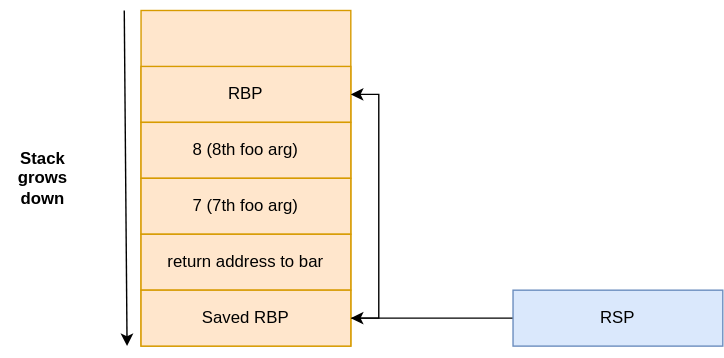
The draw.io diagram content/assets/stack-preserve-bp.svg in 0xAX/asm, before a commit. Source tidied: cells renumbered, new cells last; positions are measured from the earlier drawing's top-left corner, leaving out a move shared by most shapes. Its diagram source:
```xml
<mxGraphModel>
  <root>
    <mxCell id="0" />
    <mxCell id="1" parent="0" />
    <mxCell id="2" style="rounded=0;whiteSpace=wrap;html=1;fillColor=#ffe6cc;strokeColor=#d79b00;" parent="1" vertex="1">
      <mxGeometry x="100" width="150" height="240" as="geometry" />
    </mxCell>
    <mxCell id="3" value="RBP" style="rounded=0;whiteSpace=wrap;html=1;fillColor=#ffe6cc;strokeColor=#d79b00;" parent="1" vertex="1">
      <mxGeometry x="100" y="40" width="150" height="40" as="geometry" />
    </mxCell>
    <mxCell id="4" value="8 (8th foo arg)" style="rounded=0;whiteSpace=wrap;html=1;fillColor=#ffe6cc;strokeColor=#d79b00;" parent="1" vertex="1">
      <mxGeometry x="100" y="80" width="150" height="40" as="geometry" />
    </mxCell>
    <mxCell id="5" value="7 (7th foo arg)" style="rounded=0;whiteSpace=wrap;html=1;fillColor=#ffe6cc;strokeColor=#d79b00;" parent="1" vertex="1">
      <mxGeometry x="100" y="120" width="150" height="40" as="geometry" />
    </mxCell>
    <mxCell id="6" value="return address to bar" style="rounded=0;whiteSpace=wrap;html=1;fillColor=#ffe6cc;strokeColor=#d79b00;" parent="1" vertex="1">
      <mxGeometry x="100" y="160" width="150" height="40" as="geometry" />
    </mxCell>
    <mxCell id="7" style="edgeStyle=orthogonalEdgeStyle;rounded=0;jettySize=auto;html=1;entryX=1;entryY=0.5;entryDx=0;entryDy=0;" parent="1" edge="1" source="8" target="3">
      <mxGeometry relative="1" as="geometry">
        <Array as="points">
          <mxPoint x="270" y="220" />
          <mxPoint x="270" y="60" />
        </Array>
      </mxGeometry>
    </mxCell>
    <mxCell id="8" value="Saved RBP" style="rounded=0;whiteSpace=wrap;html=1;fillColor=#ffe6cc;strokeColor=#d79b00;" parent="1" vertex="1">
      <mxGeometry x="100" y="200" width="150" height="40" as="geometry" />
    </mxCell>
    <mxCell id="9" style="edgeStyle=orthogonalEdgeStyle;rounded=0;jettySize=auto;html=1;" parent="1" edge="1" source="10" target="8">
      <mxGeometry relative="1" as="geometry" />
    </mxCell>
    <mxCell id="10" value="RSP" style="rounded=0;whiteSpace=wrap;html=1;fillColor=#dae8fc;strokeColor=#6c8ebf;" parent="1" vertex="1">
      <mxGeometry x="366" y="200" width="150" height="40" as="geometry" />
    </mxCell>
    <mxCell id="11" style="endArrow=classic;html=1;rounded=0;" parent="1" edge="1">
      <mxGeometry relative="1" as="geometry">
        <mxPoint x="88" as="sourcePoint" />
        <mxPoint x="90" y="240" as="targetPoint" />
      </mxGeometry>
    </mxCell>
    <mxCell id="12" value="&lt;b&gt;Stack grows down&lt;/b&gt;" style="text;html=1;align=center;verticalAlign=middle;whiteSpace=wrap;rounded=0;" parent="1" vertex="1">
      <mxGeometry y="105" width="60" height="30" as="geometry" />
    </mxCell>
  </root>
</mxGraphModel>
```
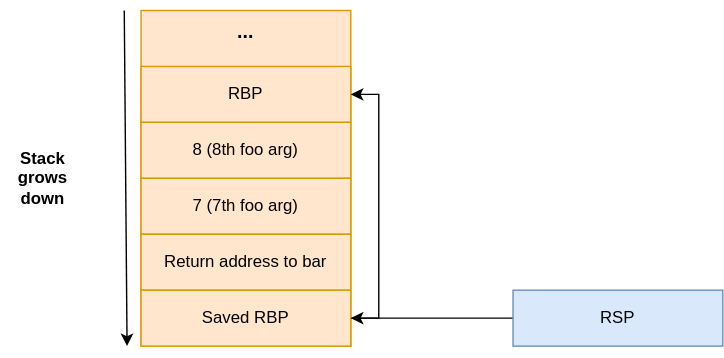
Later version of the same file.

The edit, as a diff of the source:
```diff
@@ -14,7 +14,7 @@
     <mxCell id="5" value="7 (7th foo arg)" style="rounded=0;whiteSpace=wrap;html=1;fillColor=#ffe6cc;strokeColor=#d79b00;" parent="1" vertex="1">
       <mxGeometry x="100" y="120" width="150" height="40" as="geometry" />
     </mxCell>
-    <mxCell id="6" value="return address to bar" style="rounded=0;whiteSpace=wrap;html=1;fillColor=#ffe6cc;strokeColor=#d79b00;" parent="1" vertex="1">
+    <mxCell id="6" value="Return address to bar" style="rounded=0;whiteSpace=wrap;html=1;fillColor=#ffe6cc;strokeColor=#d79b00;" parent="1" vertex="1">
       <mxGeometry x="100" y="160" width="150" height="40" as="geometry" />
     </mxCell>
     <mxCell id="7" style="edgeStyle=orthogonalEdgeStyle;rounded=0;jettySize=auto;html=1;entryX=1;entryY=0.5;entryDx=0;entryDy=0;" parent="1" edge="1" source="8" target="3">
@@ -43,5 +43,8 @@
     <mxCell id="12" value="&lt;b&gt;Stack grows down&lt;/b&gt;" style="text;html=1;align=center;verticalAlign=middle;whiteSpace=wrap;rounded=0;" parent="1" vertex="1">
       <mxGeometry y="105" width="60" height="30" as="geometry" />
     </mxCell>
+    <mxCell id="13" value="&lt;font style=&quot;font-size: 14px;&quot;&gt;&lt;b&gt;...&lt;/b&gt;&lt;/font&gt;" style="text;html=1;align=center;verticalAlign=middle;whiteSpace=wrap;rounded=0;" parent="1" vertex="1">
+      <mxGeometry x="145" width="60" height="30" as="geometry" />
+    </mxCell>
   </root>
 </mxGraphModel>
```
